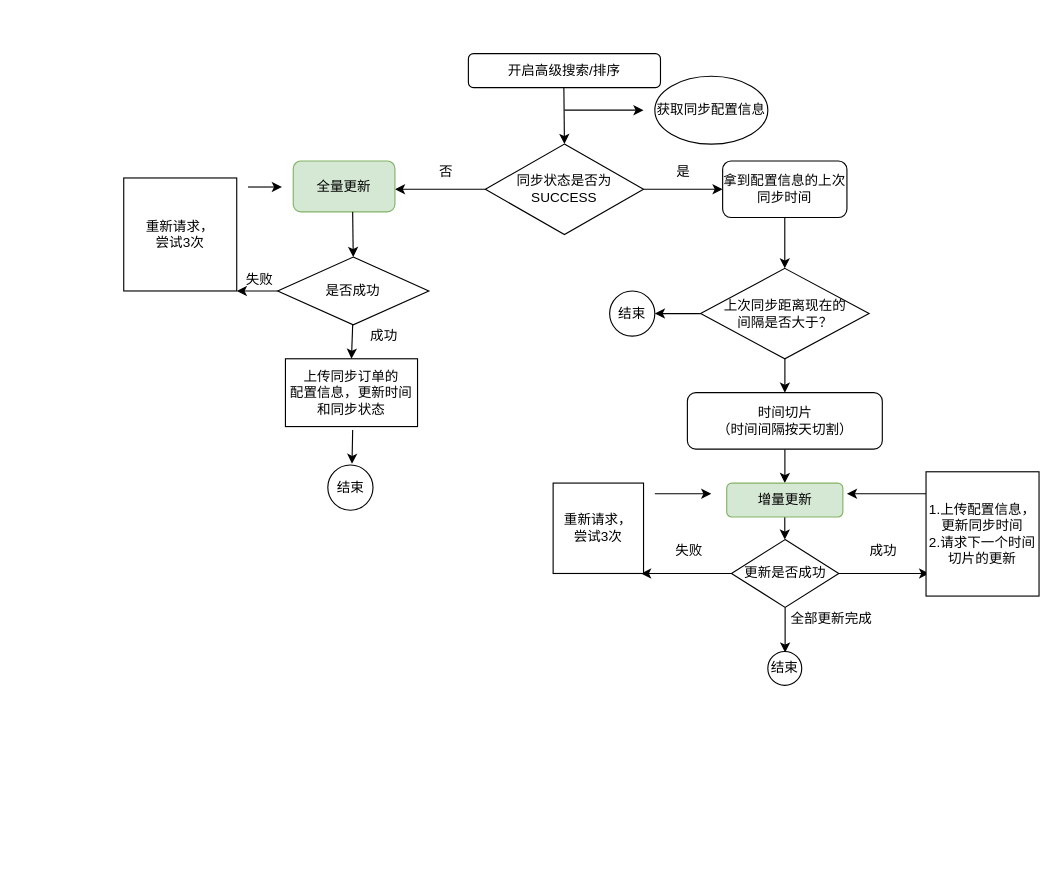
lys829/yiBlog keeps this draw.io diagram as views/同步订单.drawio. Above is the earlier version. Source tidied: cells renumbered, new cells numbered last; positions are measured from the earlier drawing's top-left corner, leaving out a move shared by most shapes. Both pictures are drawn from the tidied source at 113%, with x=0, y=0 at pixel (123, 53).
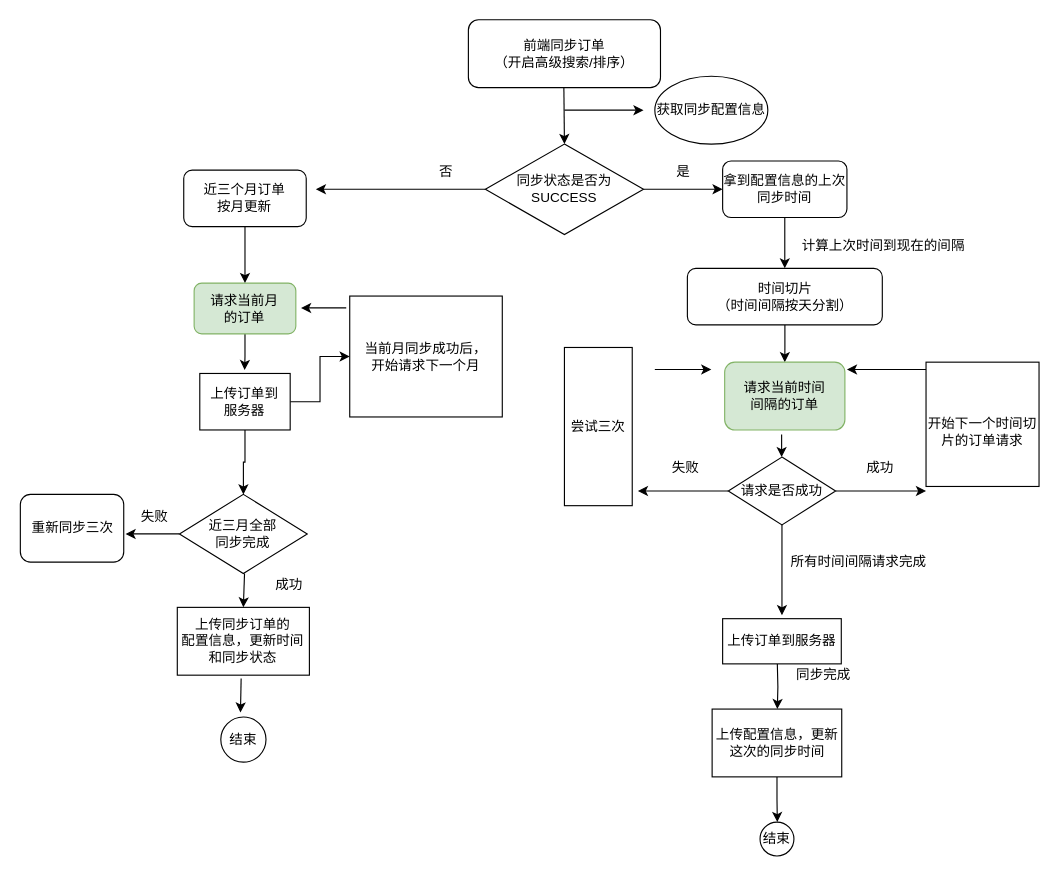
After the change.

Commit message:
更新同步订单.drawio

Unchanged cells that the change refers to:
```xml
<mxCell id="8" value="同步状态是否为SUCCESS" style="rhombus;whiteSpace=wrap;html=1;" parent="1" vertex="1">
  <mxGeometry x="320" y="80" width="140" height="80" as="geometry" />
</mxCell>
```

What changed in the source:
```diff
@@
-    <mxCell id="2" value="开启高级搜索/排序" style="rounded=1;whiteSpace=wrap;html=1;" parent="1" vertex="1">
-      <mxGeometry x="305" width="170" height="30" as="geometry" />
+    <mxCell id="2" value="前端同步订单&lt;br&gt;（开启高级搜索/排序）" style="rounded=1;whiteSpace=wrap;html=1;" parent="1" vertex="1">
+      <mxGeometry x="305" y="-30" width="170" height="60" as="geometry" />
     </mxCell>
@@
     <mxCell id="7" style="edgeStyle=orthogonalEdgeStyle;rounded=0;jettySize=auto;html=1;" parent="1" edge="1" source="8">
       <mxGeometry relative="1" as="geometry">
-        <mxPoint x="240" y="120" as="targetPoint" />
+        <mxPoint x="170" y="120" as="targetPoint" />
       </mxGeometry>
     </mxCell>
@@
-    <mxCell id="13" style="edgeStyle=orthogonalEdgeStyle;rounded=0;jettySize=auto;html=1;" parent="1" edge="1" source="15">
-      <mxGeometry relative="1" as="geometry">
-        <mxPoint x="470" y="230" as="targetPoint" />
-        <Array as="points">
-          <mxPoint x="480" y="230" />
-          <mxPoint x="480" y="230" />
-        </Array>
-      </mxGeometry>
-    </mxCell>
-    <mxCell id="14" style="edgeStyle=orthogonalEdgeStyle;rounded=0;jettySize=auto;html=1;entryX=0.5;entryY=0;entryDx=0;entryDy=0;" parent="1" edge="1" source="15" target="18">
-      <mxGeometry relative="1" as="geometry" />
-    </mxCell>
-    <mxCell id="15" value="上次同步距离现在的&lt;br&gt;间隔是否大于？" style="rhombus;whiteSpace=wrap;html=1;" parent="1" vertex="1">
-      <mxGeometry x="510.5" y="190" width="149.1" height="80" as="geometry" />
-    </mxCell>
-    <mxCell id="16" value="结束" style="ellipse;whiteSpace=wrap;html=1;" parent="1" vertex="1">
-      <mxGeometry x="430" y="210" width="40" height="40" as="geometry" />
-    </mxCell>
@@
-    <mxCell id="18" value="时间切片&lt;br&gt;（时间间隔按天切割）" style="rounded=1;whiteSpace=wrap;html=1;" parent="1" vertex="1">
-      <mxGeometry x="498.8" y="300" width="172.5" height="50" as="geometry" />
+    <mxCell id="18" value="时间切片&lt;br&gt;（时间间隔按天分割）" style="rounded=1;whiteSpace=wrap;html=1;" parent="1" vertex="1">
+      <mxGeometry x="498.8" y="190" width="172.5" height="50" as="geometry" />
     </mxCell>
-    <mxCell id="19" style="edgeStyle=orthogonalEdgeStyle;rounded=0;jettySize=auto;html=1;exitX=0.5;exitY=1;exitDx=0;exitDy=0;" parent="1" edge="1" source="20">
+    <mxCell id="19" style="edgeStyle=orthogonalEdgeStyle;rounded=0;orthogonalLoop=1;jettySize=auto;html=1;exitX=0.5;exitY=1;exitDx=0;exitDy=0;" parent="1" edge="1">
       <mxGeometry relative="1" as="geometry">
-        <mxPoint x="585" y="430" as="targetPoint" />
+        <mxPoint x="582.2" y="337" as="sourcePoint" />
+        <mxPoint x="582.2" y="357" as="targetPoint" />
       </mxGeometry>
     </mxCell>
-    <mxCell id="20" value="增量更新" style="rounded=1;whiteSpace=wrap;html=1;fillColor=#d5e8d4;strokeColor=#82b366;" parent="1" vertex="1">
-      <mxGeometry x="533.6" y="380" width="102.8" height="30" as="geometry" />
+    <mxCell id="20" value="请求当前时间&lt;br&gt;间隔的订单" style="rounded=1;whiteSpace=wrap;html=1;fillColor=#d5e8d4;strokeColor=#82b366;" parent="1" vertex="1">
+      <mxGeometry x="531.8" y="273" width="106.4" height="60" as="geometry" />
     </mxCell>
     <mxCell id="21" style="edgeStyle=orthogonalEdgeStyle;rounded=0;jettySize=auto;html=1;" parent="1" edge="1" source="24">
       <mxGeometry relative="1" as="geometry">
-        <mxPoint x="457.8" y="460" as="targetPoint" />
+        <mxPoint x="455" y="387" as="targetPoint" />
       </mxGeometry>
     </mxCell>
     <mxCell id="22" style="edgeStyle=orthogonalEdgeStyle;rounded=0;jettySize=auto;html=1;" parent="1" edge="1" source="24">
       <mxGeometry relative="1" as="geometry">
-        <mxPoint x="712.8" y="460" as="targetPoint" />
+        <mxPoint x="710" y="387" as="targetPoint" />
       </mxGeometry>
     </mxCell>
-    <mxCell id="23" style="edgeStyle=orthogonalEdgeStyle;rounded=0;jettySize=auto;html=1;" parent="1" edge="1" source="24">
+    <mxCell id="23" style="edgeStyle=orthogonalEdgeStyle;rounded=0;orthogonalLoop=1;jettySize=auto;html=1;" parent="1" edge="1">
       <mxGeometry relative="1" as="geometry">
-        <mxPoint x="585.3" y="530" as="targetPoint" />
+        <mxPoint x="578.4" y="540" as="sourcePoint" />
+        <mxPoint x="578.4" y="580" as="targetPoint" />
       </mxGeometry>
     </mxCell>
+    <mxCell id="45" style="edgeStyle=orthogonalEdgeStyle;rounded=0;jettySize=auto;html=1;" parent="1" edge="1" source="24">
+      <mxGeometry relative="1" as="geometry">
+        <mxPoint x="582.5" y="497" as="targetPoint" />
+      </mxGeometry>
+    </mxCell>
-    <mxCell id="24" value="更新是否成功" style="rhombus;whiteSpace=wrap;html=1;" parent="1" vertex="1">
-      <mxGeometry x="537.8" y="430" width="95" height="60" as="geometry" />
+    <mxCell id="24" value="请求是否成功" style="rhombus;whiteSpace=wrap;html=1;" parent="1" vertex="1">
+      <mxGeometry x="535" y="357" width="95" height="60" as="geometry" />
     </mxCell>
     <mxCell id="25" value="失败" style="text;html=1;align=center;verticalAlign=middle;" parent="1" vertex="1">
-      <mxGeometry x="480" y="430" width="40" height="20" as="geometry" />
+      <mxGeometry x="477.2" y="357" width="40" height="20" as="geometry" />
     </mxCell>
     <mxCell id="26" value="成功" style="text;html=1;align=center;verticalAlign=middle;" parent="1" vertex="1">
-      <mxGeometry x="652" y="430" width="40" height="20" as="geometry" />
+      <mxGeometry x="649.2" y="357" width="40" height="20" as="geometry" />
     </mxCell>
     <mxCell id="27" style="endArrow=classic;html=1;" parent="1" edge="1">
       <mxGeometry relative="1" as="geometry">
-        <mxPoint x="710" y="389.5" as="sourcePoint" />
-        <mxPoint x="640" y="389.5" as="targetPoint" />
+        <mxPoint x="710" y="279.5" as="sourcePoint" />
+        <mxPoint x="640" y="279.5" as="targetPoint" />
       </mxGeometry>
     </mxCell>
-    <mxCell id="28" value="1.上传配置信息，更新同步时间&lt;br&gt;2.请求下一个时间切片的更新" style="rounded=0;whiteSpace=wrap;html=1;" parent="1" vertex="1">
-      <mxGeometry x="710" y="370" width="100" height="110" as="geometry" />
+    <mxCell id="28" value="&lt;br&gt;开始下一个时间切片的订单请求" style="rounded=0;whiteSpace=wrap;html=1;" parent="1" vertex="1">
+      <mxGeometry x="710" y="273" width="100" height="110" as="geometry" />
     </mxCell>
-    <mxCell id="29" value="重新请求，&lt;br&gt;尝试3次" style="whiteSpace=wrap;html=1;" parent="1" vertex="1">
-      <mxGeometry x="380" y="380" width="80" height="80" as="geometry" />
-    </mxCell>
     <mxCell id="30" style="endArrow=classic;html=1;" parent="1" edge="1">
       <mxGeometry relative="1" as="geometry">
-        <mxPoint x="470" y="389.5" as="sourcePoint" />
-        <mxPoint x="520" y="389.5" as="targetPoint" />
+        <mxPoint x="470" y="279.5" as="sourcePoint" />
+        <mxPoint x="520" y="279.5" as="targetPoint" />
       </mxGeometry>
     </mxCell>
-    <mxCell id="31" value="全部更新完成" style="text;html=1;align=center;verticalAlign=middle;" parent="1" vertex="1">
-      <mxGeometry x="581.2" y="490" width="90" height="20" as="geometry" />
+    <mxCell id="31" value="同步完成" style="text;html=1;align=center;verticalAlign=middle;" parent="1" vertex="1">
+      <mxGeometry x="589.3" y="540" width="60" height="20" as="geometry" />
     </mxCell>
     <mxCell id="32" value="结束" style="ellipse;whiteSpace=wrap;html=1;" parent="1" vertex="1">
-      <mxGeometry x="570" y="529" width="30" height="30" as="geometry" />
+      <mxGeometry x="563.1" y="680" width="30" height="30" as="geometry" />
     </mxCell>
+    <mxCell id="46" style="edgeStyle=orthogonalEdgeStyle;rounded=0;jettySize=auto;html=1;" parent="1" edge="1" source="33">
+      <mxGeometry relative="1" as="geometry">
+        <mxPoint x="107" y="280" as="targetPoint" />
+      </mxGeometry>
+    </mxCell>
-    <mxCell id="33" value="全量更新" style="rounded=1;whiteSpace=wrap;html=1;fillColor=#d5e8d4;strokeColor=#82b366;" parent="1" vertex="1">
-      <mxGeometry x="150" y="95" width="90" height="45" as="geometry" />
+    <mxCell id="33" value="请求当前月&lt;br&gt;的订单" style="rounded=1;whiteSpace=wrap;html=1;fillColor=#d5e8d4;strokeColor=#82b366;" parent="1" vertex="1">
+      <mxGeometry x="62.3" y="203" width="90" height="45" as="geometry" />
     </mxCell>
-    <mxCell id="34" style="endArrow=classic;html=1;" parent="1" edge="1">
-      <mxGeometry relative="1" as="geometry">
-        <mxPoint x="202.6" y="140" as="sourcePoint" />
-        <mxPoint x="203.1" y="180" as="targetPoint" />
-      </mxGeometry>
-    </mxCell>
-    <mxCell id="35" style="edgeStyle=orthogonalEdgeStyle;rounded=0;jettySize=auto;html=1;" parent="1" edge="1" source="36">
-      <mxGeometry relative="1" as="geometry">
-        <mxPoint x="100" y="210" as="targetPoint" />
-      </mxGeometry>
-    </mxCell>
+    <mxCell id="47" style="edgeStyle=orthogonalEdgeStyle;rounded=0;jettySize=auto;html=1;" parent="1" edge="1" source="36">
+      <mxGeometry relative="1" as="geometry">
+        <mxPoint x="1.6" y="425" as="targetPoint" />
+      </mxGeometry>
+    </mxCell>
-    <mxCell id="36" value="是否成功" style="rhombus;whiteSpace=wrap;html=1;" parent="1" vertex="1">
-      <mxGeometry x="136.2" y="180" width="133.8" height="60" as="geometry" />
+    <mxCell id="36" value="近三月全部&lt;br&gt;同步完成" style="rhombus;whiteSpace=wrap;html=1;" parent="1" vertex="1">
+      <mxGeometry x="49.3" y="390" width="113.1" height="70" as="geometry" />
     </mxCell>
-    <mxCell id="37" value="重新请求，&lt;br&gt;尝试3次" style="whiteSpace=wrap;html=1;" parent="1" vertex="1">
-      <mxGeometry y="110" width="100" height="100" as="geometry" />
-    </mxCell>
-    <mxCell id="38" style="endArrow=classic;html=1;" parent="1" edge="1">
-      <mxGeometry relative="1" as="geometry">
-        <mxPoint x="110" y="118" as="sourcePoint" />
-        <mxPoint x="140" y="118" as="targetPoint" />
-      </mxGeometry>
-    </mxCell>
     <mxCell id="39" value="上传同步订单的&lt;br&gt;配置信息，更新时间和同步状态" style="rounded=0;whiteSpace=wrap;html=1;" parent="1" vertex="1">
-      <mxGeometry x="143.1" y="270" width="116.9" height="60" as="geometry" />
+      <mxGeometry x="47.4" y="490" width="116.9" height="60" as="geometry" />
     </mxCell>
-    <mxCell id="40" value="失败" style="text;html=1;align=center;verticalAlign=middle;" parent="1" vertex="1">
-      <mxGeometry x="100" y="190" width="40" height="20" as="geometry" />
-    </mxCell>
     <mxCell id="41" style="endArrow=classic;html=1;entryX=0.5;entryY=0;entryDx=0;entryDy=0;" parent="1" edge="1" target="39">
       <mxGeometry relative="1" as="geometry">
-        <mxPoint x="202.6" y="240" as="sourcePoint" />
+        <mxPoint x="106.9" y="460" as="sourcePoint" />
       </mxGeometry>
     </mxCell>
-    <mxCell id="42" value="成功" style="text;html=1;align=center;verticalAlign=middle;" parent="1" vertex="1">
-      <mxGeometry x="210" y="240" width="40" height="20" as="geometry" />
-    </mxCell>
     <mxCell id="43" value="结束" style="ellipse;whiteSpace=wrap;html=1;" parent="1" vertex="1">
-      <mxGeometry x="180.6" y="364" width="40" height="40" as="geometry" />
+      <mxGeometry x="85.9" y="587" width="40" height="40" as="geometry" />
     </mxCell>
     <mxCell id="44" style="endArrow=classic;html=1;" parent="1" edge="1">
       <mxGeometry relative="1" as="geometry">
-        <mxPoint x="202.6" y="333" as="sourcePoint" />
-        <mxPoint x="202" y="363" as="targetPoint" />
+        <mxPoint x="103.9" y="553" as="sourcePoint" />
+        <mxPoint x="103.3" y="583" as="targetPoint" />
       </mxGeometry>
     </mxCell>
+    <mxCell id="48" value="计算上次时间到现在的间隔" style="text;html=1;align=center;verticalAlign=middle;" parent="1" vertex="1">
+      <mxGeometry x="592" y="160" width="160" height="20" as="geometry" />
+    </mxCell>
+    <mxCell id="49" style="edgeStyle=orthogonalEdgeStyle;rounded=0;jettySize=auto;html=1;" parent="1" edge="1" source="50" target="33">
+      <mxGeometry relative="1" as="geometry" />
+    </mxCell>
+    <mxCell id="50" value="近三个月订单&lt;br&gt;按月更新" style="rounded=1;whiteSpace=wrap;html=1;" parent="1" vertex="1">
+      <mxGeometry x="53.1" y="103" width="108.4" height="50" as="geometry" />
+    </mxCell>
+    <mxCell id="40" value="失败&lt;br&gt;" style="text;html=1;align=center;verticalAlign=middle;" parent="1" vertex="1">
+      <mxGeometry x="7.4" y="400" width="40" height="20" as="geometry" />
+    </mxCell>
+    <mxCell id="51" value="重新同步三次" style="rounded=1;whiteSpace=wrap;html=1;" parent="1" vertex="1">
+      <mxGeometry x="-91.5" y="390" width="91.5" height="60" as="geometry" />
+    </mxCell>
+    <mxCell id="52" value="当前月同步成功后，&lt;br&gt;开始请求下一个月" style="rounded=0;whiteSpace=wrap;html=1;" parent="1" vertex="1">
+      <mxGeometry x="200" y="214.5" width="135" height="107" as="geometry" />
+    </mxCell>
+    <mxCell id="53" style="edgeStyle=orthogonalEdgeStyle;rounded=0;orthogonalLoop=1;jettySize=auto;html=1;" parent="1" edge="1">
+      <mxGeometry relative="1" as="geometry">
+        <mxPoint x="196.9" y="225" as="sourcePoint" />
+        <mxPoint x="156.9" y="225" as="targetPoint" />
+        <Array as="points">
+          <mxPoint x="176.9" y="225" />
+          <mxPoint x="176.9" y="225" />
+        </Array>
+      </mxGeometry>
+    </mxCell>
+    <mxCell id="42" value="成功" style="text;html=1;align=center;verticalAlign=middle;" parent="1" vertex="1">
+      <mxGeometry x="125.9" y="460" width="40" height="20" as="geometry" />
+    </mxCell>
+    <mxCell id="54" style="edgeStyle=orthogonalEdgeStyle;rounded=0;jettySize=auto;html=1;entryX=0.5;entryY=0;entryDx=0;entryDy=0;" parent="1" edge="1" source="55">
+      <mxGeometry relative="1" as="geometry">
+        <mxPoint x="578.4" y="680" as="targetPoint" />
+      </mxGeometry>
+    </mxCell>
+    <mxCell id="55" value="上传配置信息，更新这次的同步时间" style="rounded=0;whiteSpace=wrap;html=1;" parent="1" vertex="1">
+      <mxGeometry x="520.7" y="580" width="114.7" height="60" as="geometry" />
+    </mxCell>
+    <mxCell id="56" style="edgeStyle=orthogonalEdgeStyle;rounded=0;jettySize=auto;html=1;" parent="1" edge="1" source="58" target="52">
+      <mxGeometry relative="1" as="geometry" />
+    </mxCell>
+    <mxCell id="57" style="edgeStyle=orthogonalEdgeStyle;rounded=0;jettySize=auto;html=1;" parent="1" edge="1" source="58" target="36">
+      <mxGeometry relative="1" as="geometry" />
+    </mxCell>
+    <mxCell id="58" value="上传订单到&lt;br&gt;服务器" style="rounded=0;whiteSpace=wrap;html=1;" parent="1" vertex="1">
+      <mxGeometry x="67.3" y="283" width="80" height="50" as="geometry" />
+    </mxCell>
+    <mxCell id="59" value="尝试三次" style="rounded=0;whiteSpace=wrap;html=1;" parent="1" vertex="1">
+      <mxGeometry x="390" y="260" width="60" height="140" as="geometry" />
+    </mxCell>
+    <mxCell id="60" value="上传订单到服务器" style="rounded=0;whiteSpace=wrap;html=1;" parent="1" vertex="1">
+      <mxGeometry x="530" y="500" width="105" height="40" as="geometry" />
+    </mxCell>
+    <mxCell id="61" value="所有时间间隔请求完成" style="text;html=1;align=center;verticalAlign=middle;" parent="1" vertex="1">
+      <mxGeometry x="580" y="440" width="140" height="20" as="geometry" />
+    </mxCell>
```
